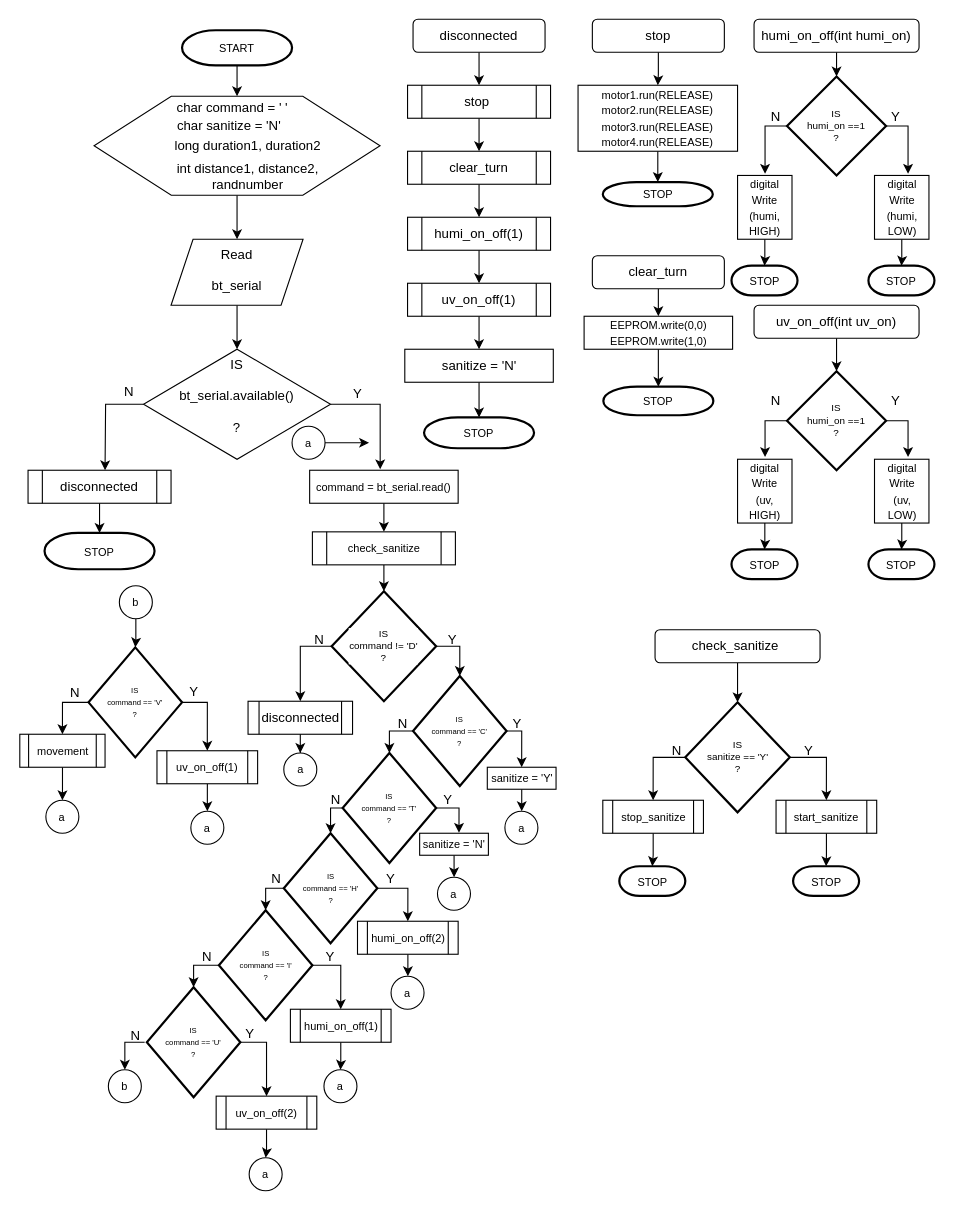
This is page "Page-1" (1 of 2) of water_level/Untitled Diagram.drawio from joashcabanilla/RoZer, a draw.io file, before an edit. Source tidied: cells renumbered, new cells numbered last; positions are measured from the earlier drawing's top-left corner, leaving out a move shared by most shapes. Both pictures are drawn from the tidied source at 110%, with x=0, y=0 at pixel (19, 19).
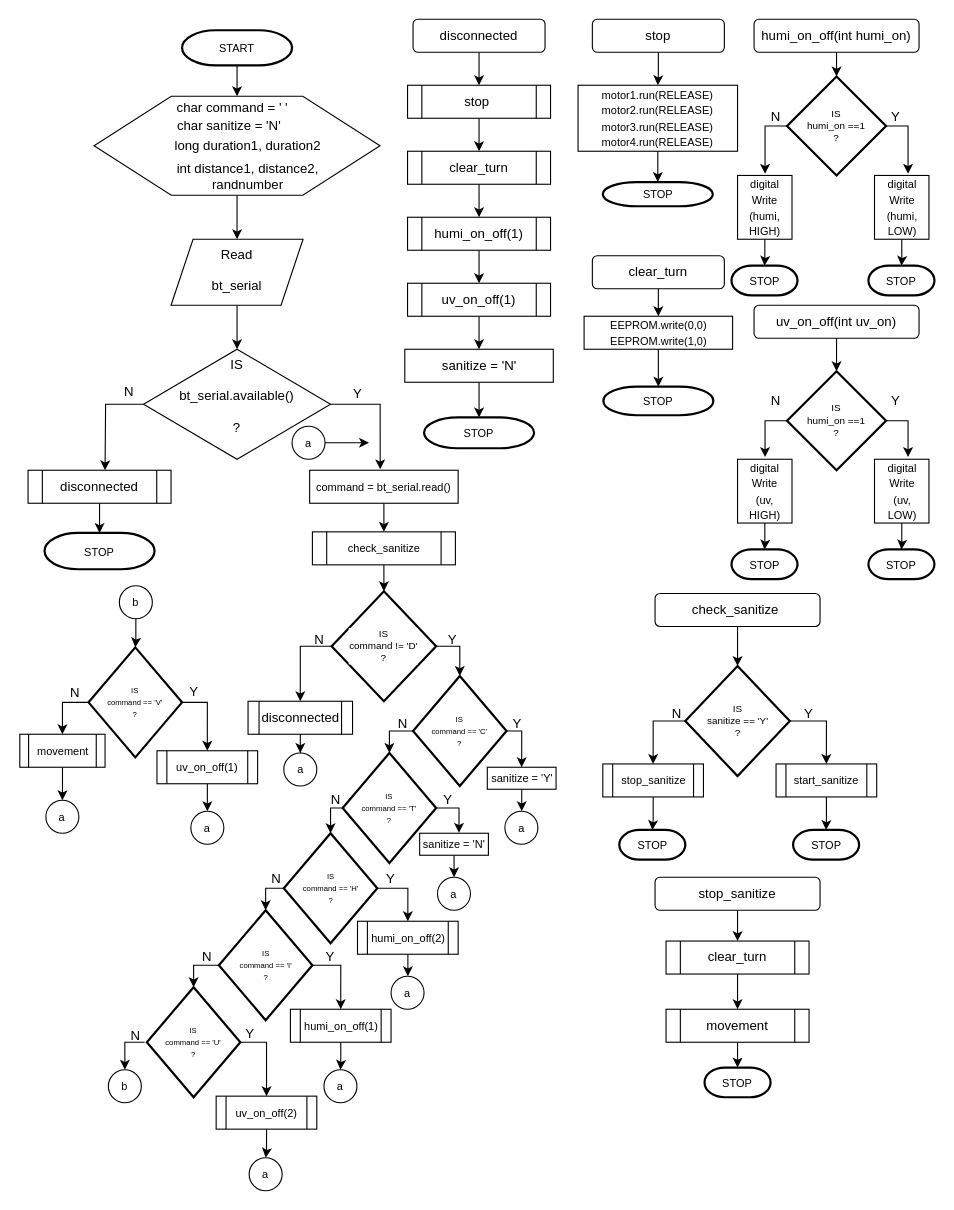
Above is the later version.

Diff of the diagram source:
```diff
@@
     <mxCell id="138" value="check_sanitize&amp;nbsp;" style="rounded=1;whiteSpace=wrap;html=1;" parent="1" vertex="1">
-      <mxGeometry x="578" y="555" width="150" height="30" as="geometry" />
+      <mxGeometry x="578" y="522" width="150" height="30" as="geometry" />
     </mxCell>
@@
     <mxCell id="141" value="IS&lt;br&gt;sanitize == 'Y'&lt;br&gt;?" style="strokeWidth=2;html=1;shape=mxgraph.flowchart.decision;whiteSpace=wrap;labelBackgroundColor=#FFFFFF;fontSize=9;" parent="1" vertex="1">
-      <mxGeometry x="605.5" y="621" width="95" height="100" as="geometry" />
+      <mxGeometry x="605.5" y="588" width="95" height="100" as="geometry" />
     </mxCell>
     <mxCell id="142" value="Y" style="text;html=1;strokeColor=none;fillColor=none;align=center;verticalAlign=middle;whiteSpace=wrap;rounded=0;" parent="1" vertex="1">
-      <mxGeometry x="688" y="650" width="60" height="30" as="geometry" />
+      <mxGeometry x="688" y="617" width="60" height="30" as="geometry" />
     </mxCell>
@@
     <mxCell id="144" value="&lt;font style=&quot;font-size: 10px&quot;&gt;start_sanitize&lt;/font&gt;" style="shape=process;whiteSpace=wrap;html=1;backgroundOutline=1;" parent="1" vertex="1">
-      <mxGeometry x="688" y="710" width="91.5" height="30" as="geometry" />
+      <mxGeometry x="688" y="677" width="91.5" height="30" as="geometry" />
     </mxCell>
@@
     <mxCell id="146" value="&lt;font style=&quot;font-size: 10px&quot;&gt;stop_sanitize&lt;/font&gt;" style="shape=process;whiteSpace=wrap;html=1;backgroundOutline=1;" parent="1" vertex="1">
-      <mxGeometry x="530.5" y="710" width="91.5" height="30" as="geometry" />
+      <mxGeometry x="530.5" y="677" width="91.5" height="30" as="geometry" />
     </mxCell>
     <mxCell id="147" value="N" style="text;html=1;strokeColor=none;fillColor=none;align=center;verticalAlign=middle;whiteSpace=wrap;rounded=0;" parent="1" vertex="1">
-      <mxGeometry x="568" y="652" width="60" height="26" as="geometry" />
+      <mxGeometry x="568" y="619" width="60" height="26" as="geometry" />
     </mxCell>
     <mxCell id="148" value="STOP" style="strokeWidth=2;html=1;shape=mxgraph.flowchart.terminator;whiteSpace=wrap;labelBackgroundColor=#FFFFFF;fontSize=10;" parent="1" vertex="1">
-      <mxGeometry x="545.5" y="770" width="60" height="27" as="geometry" />
+      <mxGeometry x="545.5" y="737" width="60" height="27" as="geometry" />
     </mxCell>
     <mxCell id="149" value="STOP" style="strokeWidth=2;html=1;shape=mxgraph.flowchart.terminator;whiteSpace=wrap;labelBackgroundColor=#FFFFFF;fontSize=10;" parent="1" vertex="1">
-      <mxGeometry x="703.5" y="770" width="60" height="27" as="geometry" />
+      <mxGeometry x="703.5" y="737" width="60" height="27" as="geometry" />
     </mxCell>
+    <mxCell id="150" style="edgeStyle=orthogonalEdgeStyle;rounded=0;jettySize=auto;html=1;fontSize=10;" parent="1" edge="1" source="151" target="153">
+      <mxGeometry relative="1" as="geometry" />
+    </mxCell>
+    <mxCell id="151" value="stop_sanitize" style="rounded=1;whiteSpace=wrap;html=1;" parent="1" vertex="1">
+      <mxGeometry x="578" y="780" width="150" height="30" as="geometry" />
+    </mxCell>
+    <mxCell id="152" style="edgeStyle=orthogonalEdgeStyle;rounded=0;jettySize=auto;html=1;fontSize=10;" parent="1" edge="1" source="153" target="156">
+      <mxGeometry relative="1" as="geometry" />
+    </mxCell>
+    <mxCell id="153" value="clear_turn" style="shape=process;whiteSpace=wrap;html=1;backgroundOutline=1;" parent="1" vertex="1">
+      <mxGeometry x="588" y="838" width="130" height="30" as="geometry" />
+    </mxCell>
+    <mxCell id="154" value="STOP" style="strokeWidth=2;html=1;shape=mxgraph.flowchart.terminator;whiteSpace=wrap;labelBackgroundColor=#FFFFFF;fontSize=10;" parent="1" vertex="1">
+      <mxGeometry x="623" y="953" width="60" height="27" as="geometry" />
+    </mxCell>
+    <mxCell id="155" style="edgeStyle=orthogonalEdgeStyle;rounded=0;jettySize=auto;html=1;fontSize=10;" parent="1" edge="1" source="156" target="154">
+      <mxGeometry relative="1" as="geometry" />
+    </mxCell>
+    <mxCell id="156" value="movement" style="shape=process;whiteSpace=wrap;html=1;backgroundOutline=1;" parent="1" vertex="1">
+      <mxGeometry x="588" y="900" width="130" height="30" as="geometry" />
+    </mxCell>
```
